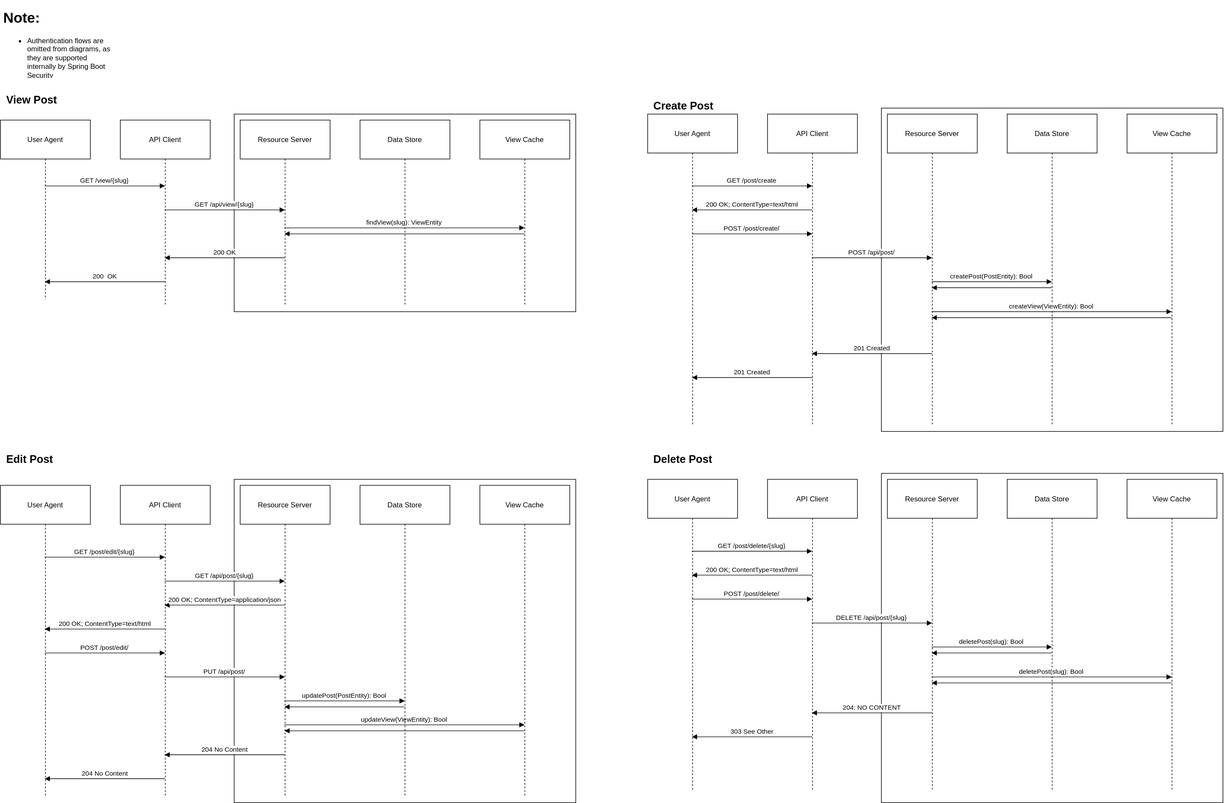
The draw.io diagram api.drawio.svg in alter-kaker/pepper-docs, before a commit. Source tidied: cells renumbered, new cells last; positions are measured from the earlier drawing's top-left corner, leaving out a move shared by most shapes.
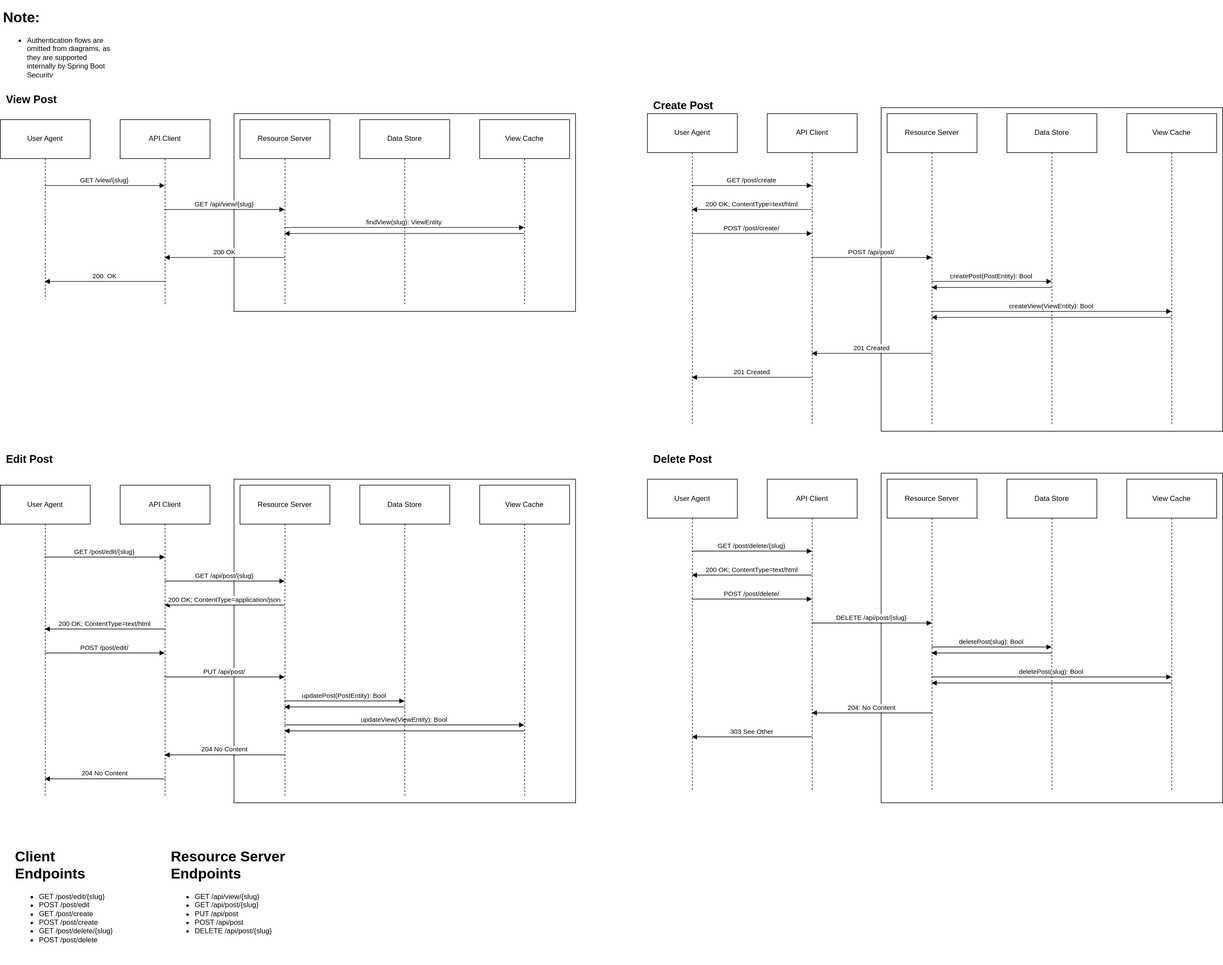
Later version of the same file.

Commit message:
list client and resource server endpoints

The edit, as a diff of the source:
```diff
@@ -302,7 +302,7 @@
         </Array>
       </mxGeometry>
     </mxCell>
-    <mxCell id="62" value="204: NO CONTENT" style="verticalAlign=bottom;endArrow=block;edgeStyle=elbowEdgeStyle;elbow=vertical;curved=0;rounded=0;" parent="53" edge="1" source="56" target="55">
+    <mxCell id="62" value="204: No Content" style="verticalAlign=bottom;endArrow=block;edgeStyle=elbowEdgeStyle;elbow=vertical;curved=0;rounded=0;" parent="53" edge="1" source="56" target="55">
       <mxGeometry relative="1" as="geometry">
         <Array as="points">
           <mxPoint x="370" y="400" />
@@ -367,5 +367,11 @@
         </Array>
       </mxGeometry>
     </mxCell>
+    <mxCell id="73" value="&lt;h1&gt;Client Endpoints&lt;br&gt;&lt;/h1&gt;&lt;ul&gt;&lt;li&gt;GET /post/edit/{slug}&lt;/li&gt;&lt;li&gt;POST /post/edit&lt;/li&gt;&lt;li&gt;GET /post/create&lt;/li&gt;&lt;li&gt;POST /post/create&lt;/li&gt;&lt;li&gt;GET /post/delete/{slug}&lt;/li&gt;&lt;li&gt;POST /post/delete&lt;br&gt;&lt;/li&gt;&lt;/ul&gt;" style="text;html=1;strokeColor=none;fillColor=none;spacing=5;spacingTop=-20;whiteSpace=wrap;overflow=hidden;rounded=0;" parent="1" vertex="1">
+      <mxGeometry x="20" y="1400" width="190" height="200" as="geometry" />
+    </mxCell>
+    <mxCell id="74" value="&lt;h1&gt;Resource Server Endpoints&lt;br&gt;&lt;/h1&gt;&lt;ul&gt;&lt;li&gt;GET /api/view/{slug}&lt;/li&gt;&lt;li&gt;GET /api/post/{slug}&lt;/li&gt;&lt;li&gt;PUT /api/post&lt;/li&gt;&lt;li&gt;POST /api/post&lt;/li&gt;&lt;li&gt;DELETE /api/post/{slug}&lt;/li&gt;&lt;/ul&gt;" style="text;html=1;strokeColor=none;fillColor=none;spacing=5;spacingTop=-20;whiteSpace=wrap;overflow=hidden;rounded=0;" parent="1" vertex="1">
+      <mxGeometry x="280" y="1400" width="260" height="200" as="geometry" />
+    </mxCell>
   </root>
 </mxGraphModel>
```
